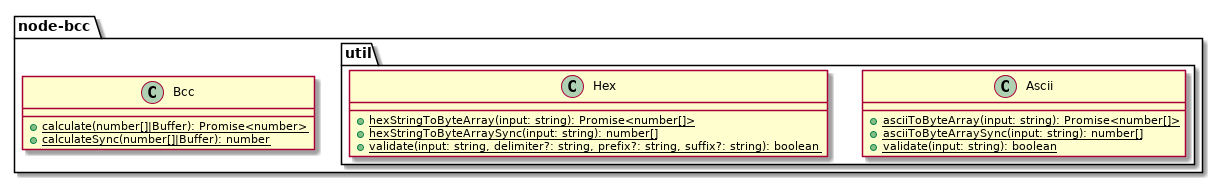
This is architecture/v3/node-bcc@v3.png from beyerleinf/node-bcc, a PlantUML export, as it was before one commit. Source of this version:
```plantuml
@startuml node-bcc@v3

package node-bcc {
  class Bcc {
    + {static} calculate(number[]|Buffer): Promise<number>
    + {static} calculateSync(number[]|Buffer): number
  }


  package util {
    class Ascii {
      + {static} asciiToByteArray(input: string): Promise<number[]>
      + {static} asciiToByteArraySync(input: string): number[]
      + {static} validate(input: string): boolean
    }

    class Hex {
      + {static} hexStringToByteArray(input: string): Promise<number[]>
      + {static} hexStringToByteArraySync(input: string): number[]
      + {static} validate(input: string, delimiter?: string, prefix?: string, suffix?: string): boolean
    }
  }
}

@enduml
```
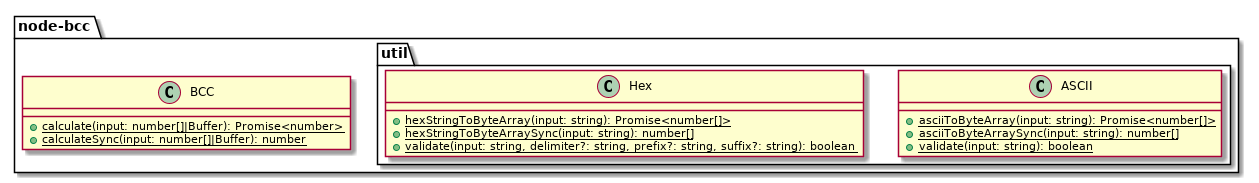
Above is the later version.

Commit message:
chore(): Fixed parameter in v3 architecture

Change to the diagram source:
```diff
@@ -1,14 +1,14 @@
 @startuml node-bcc@v3
 
 package node-bcc {
-  class Bcc {
-    + {static} calculate(number[]|Buffer): Promise<number>
-    + {static} calculateSync(number[]|Buffer): number
+  class BCC {
+    + {static} calculate(input: number[]|Buffer): Promise<number>
+    + {static} calculateSync(input: number[]|Buffer): number
   }
 
 
   package util {
-    class Ascii {
+    class ASCII {
       + {static} asciiToByteArray(input: string): Promise<number[]>
       + {static} asciiToByteArraySync(input: string): number[]
       + {static} validate(input: string): boolean
```
